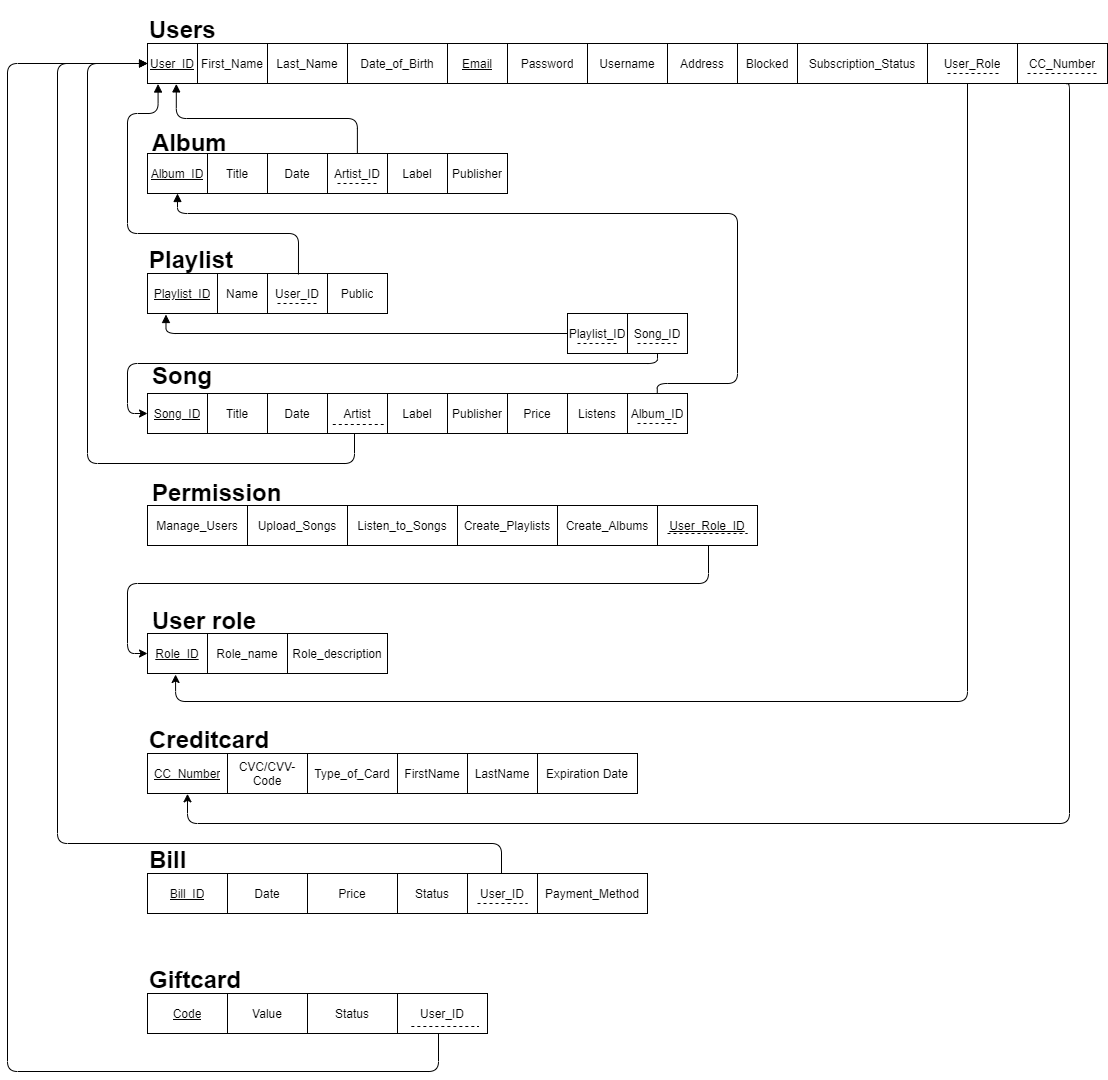
Earlier version of the draw.io export design/data-structure/Relational Model.png (Niklas-Mezynski/fontys-prj1-2020-group-prj-2020-09). Source tidied: cells renumbered, new cells last; positions are measured from the earlier drawing's top-left corner, leaving out a move shared by most shapes.
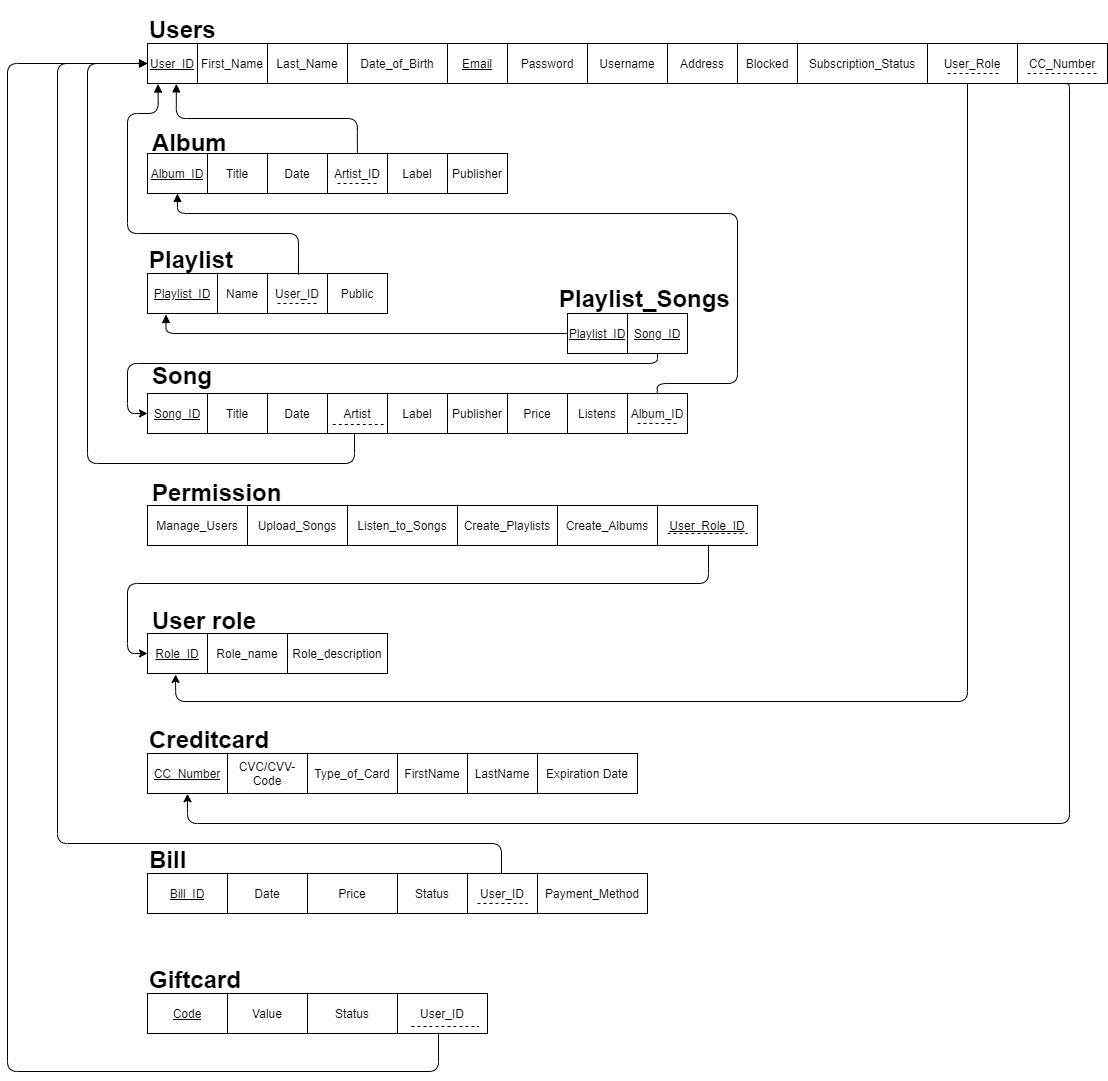
Later version of the same file.

The edit, as a diff of the source:
```diff
@@ -168,16 +168,16 @@
     <mxCell id="53" value="&lt;h1&gt;Song&lt;/h1&gt;" style="text;html=1;strokeColor=none;fillColor=none;spacing=5;spacingTop=-20;whiteSpace=wrap;overflow=hidden;rounded=0;align=left;" parent="1" vertex="1">
       <mxGeometry x="140" y="343" width="90" height="37" as="geometry" />
     </mxCell>
-    <mxCell id="54" style="shape=table;html=1;whiteSpace=wrap;startSize=0;" parent="1" vertex="1">
+    <mxCell id="54" style="shape=table;html=1;whiteSpace=wrap;startSize=0;fontStyle=0;" parent="1" vertex="1">
       <mxGeometry x="560" y="300" width="120" height="40" as="geometry" />
     </mxCell>
     <mxCell id="55" style="shape=partialRectangle;html=1;whiteSpace=wrap;fillColor=none;top=0;left=0;bottom=0;right=0;points=[[0,0.5],[1,0.5]];portConstraint=eastwest;" parent="54" vertex="1">
       <mxGeometry width="120" height="40" as="geometry" />
     </mxCell>
-    <mxCell id="56" value="Playlist_ID" style="shape=partialRectangle;html=1;whiteSpace=wrap;overflow=hidden;fillColor=none;top=0;left=0;bottom=0;right=0;dashed=1;" parent="55" vertex="1">
+    <mxCell id="56" value="&lt;u&gt;Playlist_ID&lt;/u&gt;" style="shape=partialRectangle;html=1;whiteSpace=wrap;overflow=hidden;fillColor=none;top=0;left=0;bottom=0;right=0;dashed=1;" parent="55" vertex="1">
       <mxGeometry width="60" height="40" as="geometry" />
     </mxCell>
-    <mxCell id="57" value="Song_ID" style="shape=partialRectangle;html=1;whiteSpace=wrap;overflow=hidden;fillColor=none;top=0;left=0;bottom=0;right=0;" parent="55" vertex="1">
+    <mxCell id="57" value="&lt;u&gt;Song_ID&lt;/u&gt;" style="shape=partialRectangle;html=1;whiteSpace=wrap;overflow=hidden;fillColor=none;top=0;left=0;bottom=0;right=0;" parent="55" vertex="1">
       <mxGeometry x="60" width="60" height="40" as="geometry" />
     </mxCell>
     <mxCell id="58" style="endArrow=none;dashed=1;html=1;entryX=0.769;entryY=1;entryDx=0;entryDy=0;entryPerimeter=0;" parent="54" edge="1" source="54" target="55">
@@ -354,24 +354,12 @@
         </Array>
       </mxGeometry>
     </mxCell>
-    <mxCell id="108" style="endArrow=none;dashed=1;html=1;" parent="1" edge="1">
-      <mxGeometry relative="1" as="geometry">
-        <mxPoint x="570" y="330" as="sourcePoint" />
-        <mxPoint x="610" y="330" as="targetPoint" />
-      </mxGeometry>
-    </mxCell>
     <mxCell id="109" style="endArrow=none;dashed=1;html=1;" parent="1" edge="1">
       <mxGeometry relative="1" as="geometry">
         <mxPoint x="270" y="290" as="sourcePoint" />
         <mxPoint x="310" y="290" as="targetPoint" />
       </mxGeometry>
     </mxCell>
-    <mxCell id="110" style="endArrow=none;dashed=1;html=1;" parent="1" edge="1">
-      <mxGeometry relative="1" as="geometry">
-        <mxPoint x="630" y="330" as="sourcePoint" />
-        <mxPoint x="670" y="330" as="targetPoint" />
-      </mxGeometry>
-    </mxCell>
     <mxCell id="111" style="endArrow=classic;html=1;edgeStyle=orthogonalEdgeStyle;endFill=1;entryX=0.117;entryY=1.025;entryDx=0;entryDy=0;entryPerimeter=0;" parent="1" edge="1" source="3" target="47">
       <mxGeometry relative="1" as="geometry">
         <Array as="points">
@@ -456,5 +444,8 @@
         <mxPoint x="740" y="520" as="targetPoint" />
       </mxGeometry>
     </mxCell>
+    <mxCell id="122" value="&lt;h1&gt;Playlist_Songs&lt;/h1&gt;" style="text;html=1;strokeColor=none;fillColor=none;spacing=2;spacingTop=-20;whiteSpace=wrap;overflow=hidden;rounded=0;align=left;" parent="1" vertex="1">
+      <mxGeometry x="550" y="269" width="180" height="31" as="geometry" />
+    </mxCell>
   </root>
 </mxGraphModel>
```
